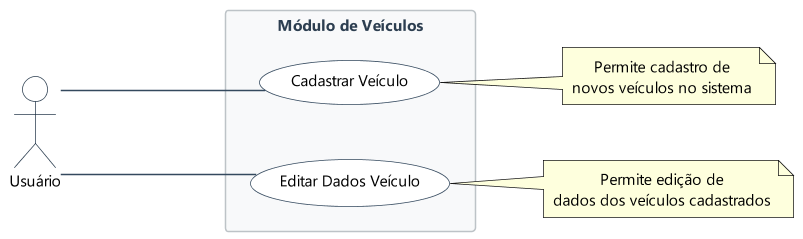
The PlantUML diagram docs/use_case_diagram/vehicle_module.png in Pellegr1n1/autologger-services, before a commit.
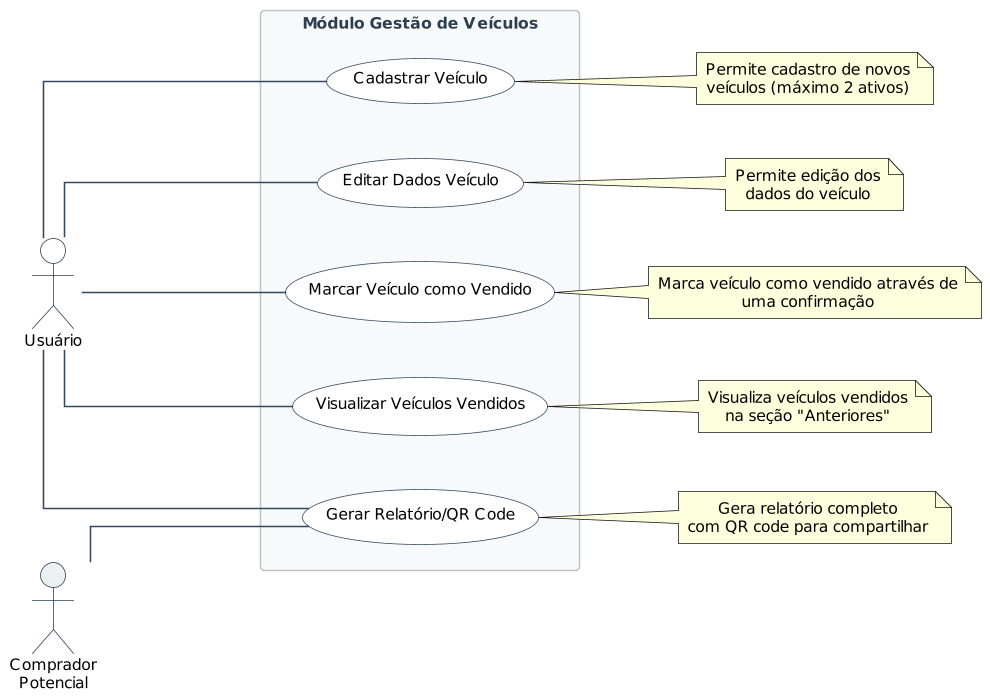
Later version of the same file.

Diff of the diagram source:
```diff
@@ -1,7 +1,5 @@
 @startuml vehicle_module
-
 left to right direction
-
 skinparam {
     usecaseFontSize 12
     usecaseFontName "Segoe UI"
@@ -27,16 +25,27 @@
 }
 
 actor "Usuário" as User #FFFFFF
+actor "Comprador\nPotencial" as Buyer #ECF0F1
 
-rectangle "Módulo de Veículos" #F8F9FA {
-    (Cadastrar Veículo) as UC03
+rectangle "Módulo Gestão de Veículos" #F8F9FA {
+    (Cadastrar Veículo) as UC04
     (Editar Dados Veículo) as UC17
+    (Marcar Veículo como Vendido) as UC18
+    (Visualizar Veículos Vendidos) as UC20
+    (Gerar Relatório/QR Code) as UC19
 }
 
-User --- UC03
+User --- UC04
 User --- UC17
+User --- UC18
+User --- UC20
+User --- UC19
+Buyer --- UC19
 
-note right of UC03 : Permite cadastro de\nnovos veículos no sistema
-note right of UC17 : Permite edição de\ndados dos veículos cadastrados
+note right of UC04 : Permite cadastro de novos\nveículos (máximo 2 ativos)
+note right of UC17 : Permite edição dos\ndados do veículo
+note right of UC18 : Marca veículo como vendido através de uma confirmação
+note right of UC20 : Visualiza veículos vendidos\nna seção "Anteriores"
+note right of UC19 : Gera relatório completo\ncom QR code para compartilhar
 
 @enduml
```
